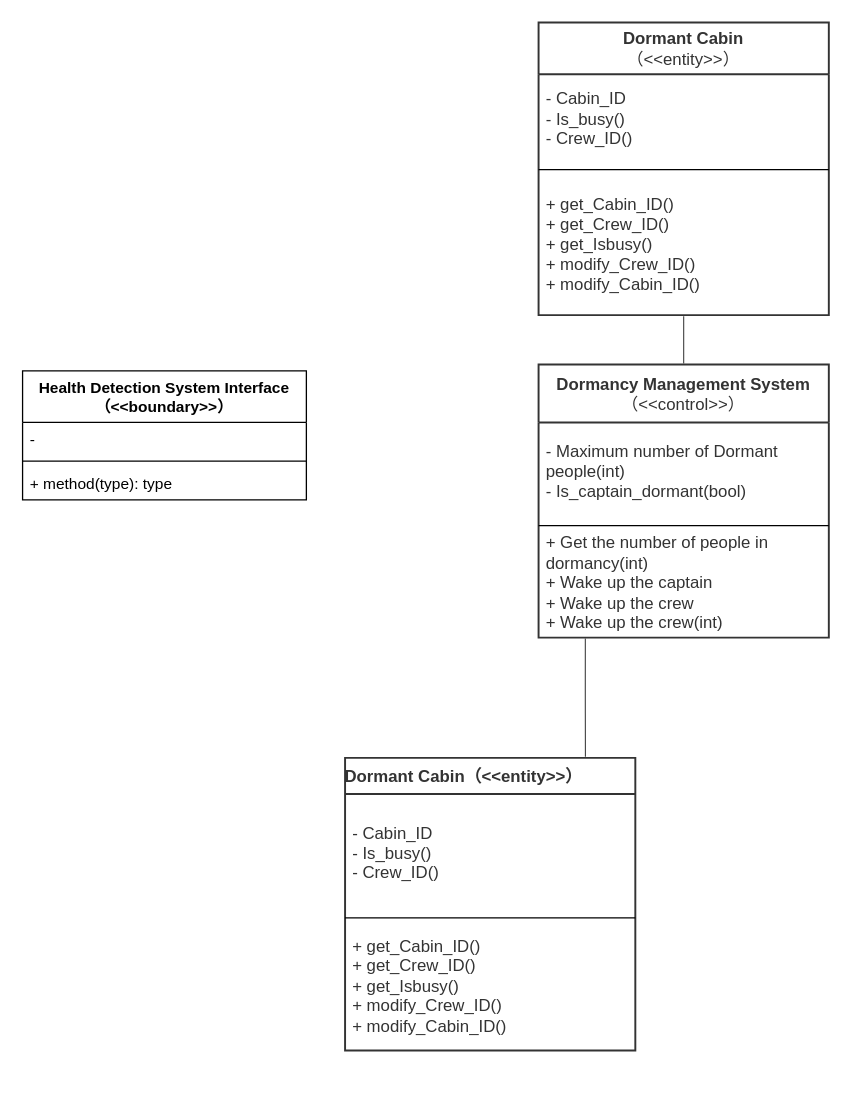
Before: SAD/Class.drawio in DukeofCambridge/Diagrams, a draw.io diagram. Source tidied: cells renumbered, new cells numbered last; positions are measured from the earlier drawing's top-left corner, leaving out a move shared by most shapes. Both pictures are drawn from the tidied source at 129%, with x=0, y=0 at pixel (22, 22).
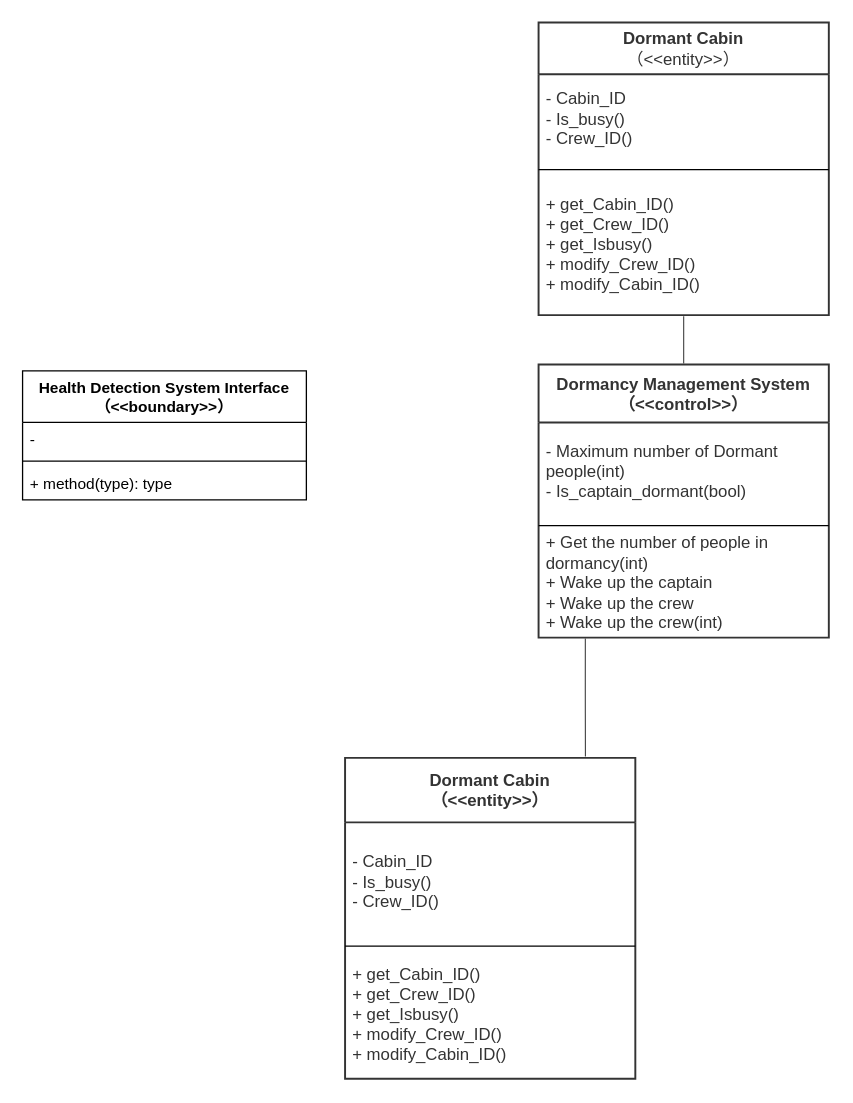
After the change.

The edit, as a diff of the source:
```diff
@@
 <mxGraphModel>
   <root>
     <mxCell id="0" />
     <mxCell id="1" parent="0" />
-    <mxCell id="2" value="Dormancy Management System&lt;span style=&quot;font-weight: normal&quot;&gt;（&amp;lt;&amp;lt;control&amp;gt;&amp;gt;）&lt;/span&gt;" style="html=1;overflow=block;blockSpacing=1;whiteSpace=wrap;swimlane;horizontal=1;fontStyle=0;swimlaneFillColor=#ffffff;startSize=45;whiteSpace=wrap;fontSize=13;fontColor=#333333;fontStyle=1;whiteSpace=wrap;align=center;spacing=0;strokeColor=#333333;strokeOpacity=100;strokeWidth=1.5;" parent="1" vertex="1">
+    <mxCell id="2" value="Dormancy Management System（&amp;lt;&amp;lt;control&amp;gt;&amp;gt;）" style="html=1;overflow=block;blockSpacing=1;whiteSpace=wrap;swimlane;horizontal=1;fontStyle=0;swimlaneFillColor=#ffffff;startSize=45;whiteSpace=wrap;fontSize=13;fontColor=#333333;fontStyle=1;whiteSpace=wrap;align=center;spacing=0;strokeColor=#333333;strokeOpacity=100;strokeWidth=1.5;" parent="1" vertex="1">
       <mxGeometry x="400" y="265" width="225" height="211.8" as="geometry" />
     </mxCell>
     <mxCell id="3" value="- Maximum number of Dormant people(int)&#10;- Is_captain_dormant(bool)" style="html=1;whiteSpace=wrap;strokeColor=none;fillColor=none;align=left;verticalAlign=middle;spacingLeft=4;spacingRight=4;overflow=hidden;swimlaneFillColor=#ffffff;strokeOpacity=100;whiteSpace=wrap;fontSize=13;fontColor=#333333;" parent="2" vertex="1">
       <mxGeometry y="45" width="225" height="76" as="geometry" />
     </mxCell>
     <mxCell id="4" style="line;strokeWidth=1;fillColor=none;align=left;verticalAlign=middle;spacingTop=-1;spacingLeft=3;spacingRight=3;labelPosition=right;" parent="2" vertex="1">
       <mxGeometry y="121" width="225" height="8" as="geometry" />
     </mxCell>
     <mxCell id="5" value="+ Get the number of people in dormancy(int)&#10;+ Wake up the captain&#10;+ Wake up the crew&#10;+ Wake up the crew(int)&#10;+ Allocate_cabin()" style="html=1;whiteSpace=wrap;strokeColor=none;fillColor=none;align=left;verticalAlign=middle;spacingLeft=4;spacingRight=4;overflow=hidden;swimlaneFillColor=#ffffff;strokeOpacity=100;whiteSpace=wrap;fontSize=13;fontColor=#333333;" parent="2" vertex="1">
       <mxGeometry y="129" width="225" height="82.8" as="geometry" />
     </mxCell>
-    <mxCell id="6" value="Dormant Cabin（&amp;lt;&amp;lt;entity&amp;gt;&amp;gt;）" style="html=1;overflow=block;blockSpacing=1;whiteSpace=wrap;swimlane;horizontal=1;fontStyle=0;swimlaneFillColor=#ffffff;startSize=28;whiteSpace=wrap;fontSize=13;fontColor=#333333;fontStyle=1;whiteSpace=wrap;align=left;spacing=0;strokeColor=#333333;strokeOpacity=100;strokeWidth=1.5;" parent="1" vertex="1">
-      <mxGeometry x="250" y="570" width="225" height="226.8" as="geometry" />
+    <mxCell id="6" value="Dormant Cabin&lt;br&gt;（&amp;lt;&amp;lt;entity&amp;gt;&amp;gt;）" style="html=1;overflow=block;blockSpacing=1;whiteSpace=wrap;swimlane;horizontal=1;fontStyle=0;swimlaneFillColor=#ffffff;startSize=50;whiteSpace=wrap;fontSize=13;fontColor=#333333;fontStyle=1;whiteSpace=wrap;align=center;spacing=0;strokeColor=#333333;strokeOpacity=100;strokeWidth=1.5;" parent="1" vertex="1">
+      <mxGeometry x="250" y="570" width="225" height="248.8" as="geometry" />
     </mxCell>
     <mxCell id="7" value="- Cabin_ID&#10;- Is_busy()&#10;- Crew_ID()" style="html=1;whiteSpace=wrap;strokeColor=none;fillColor=none;align=left;verticalAlign=middle;spacingLeft=4;spacingRight=4;overflow=hidden;swimlaneFillColor=#ffffff;strokeOpacity=100;whiteSpace=wrap;fontSize=13;fontColor=#333333;" parent="6" vertex="1">
-      <mxGeometry y="28" width="225" height="92" as="geometry" />
+      <mxGeometry y="50" width="225" height="92" as="geometry" />
     </mxCell>
     <mxCell id="8" style="line;strokeWidth=1;fillColor=none;align=left;verticalAlign=middle;spacingTop=-1;spacingLeft=3;spacingRight=3;labelPosition=right;" parent="6" vertex="1">
-      <mxGeometry y="120" width="225" height="8" as="geometry" />
+      <mxGeometry y="142" width="225" height="8" as="geometry" />
     </mxCell>
     <mxCell id="9" value="+ get_Cabin_ID()&#10;+ get_Crew_ID()&#10;+ get_Isbusy()&#10;+ modify_Crew_ID()&#10;+ modify_Cabin_ID()" style="html=1;whiteSpace=wrap;strokeColor=none;fillColor=none;align=left;verticalAlign=middle;spacingLeft=4;spacingRight=4;overflow=hidden;swimlaneFillColor=#ffffff;strokeOpacity=100;whiteSpace=wrap;fontSize=13;fontColor=#333333;" parent="6" vertex="1">
-      <mxGeometry y="128" width="225" height="98.8" as="geometry" />
+      <mxGeometry y="150" width="225" height="98.8" as="geometry" />
     </mxCell>
     <mxCell id="10" style="html=1;jettySize=18;whiteSpace=wrap;fontSize=13;strokeColor=#333333;strokeOpacity=100;strokeWidth=0.8;rounded=1;arcSize=24;edgeStyle=orthogonalEdgeStyle;startArrow=none;endArrow=none;exitX=0.161;exitY=1.003;exitPerimeter=0;entryX=0.828;entryY=-0.004;entryPerimeter=0;" parent="1" edge="1" source="2" target="6">
       <mxGeometry relative="1" as="geometry" />
     </mxCell>
     <mxCell id="11" value="Dormant Cabin&lt;br&gt;&lt;span style=&quot;font-weight: normal&quot;&gt;（&amp;lt;&amp;lt;entity&amp;gt;&amp;gt;）&lt;/span&gt;" style="html=1;overflow=block;blockSpacing=1;whiteSpace=wrap;swimlane;horizontal=1;fontStyle=0;swimlaneFillColor=#ffffff;startSize=40;whiteSpace=wrap;fontSize=13;fontColor=#333333;fontStyle=1;whiteSpace=wrap;align=center;spacing=0;strokeColor=#333333;strokeOpacity=100;strokeWidth=1.5;" parent="1" vertex="1">
       <mxGeometry x="400" width="225" height="226.8" as="geometry" />
     </mxCell>
     <mxCell id="12" value="- Cabin_ID&#10;- Is_busy()&#10;- Crew_ID()" style="html=1;whiteSpace=wrap;strokeColor=none;fillColor=none;align=left;verticalAlign=middle;spacingLeft=4;spacingRight=4;overflow=hidden;swimlaneFillColor=#ffffff;strokeOpacity=100;whiteSpace=wrap;fontSize=13;fontColor=#333333;" parent="11" vertex="1">
       <mxGeometry y="40" width="225" height="70" as="geometry" />
     </mxCell>
     <mxCell id="13" style="line;strokeWidth=1;fillColor=none;align=left;verticalAlign=middle;spacingTop=-1;spacingLeft=3;spacingRight=3;labelPosition=right;" parent="11" vertex="1">
       <mxGeometry y="110" width="225" height="8" as="geometry" />
     </mxCell>
     <mxCell id="14" value="+ get_Cabin_ID()&#10;+ get_Crew_ID()&#10;+ get_Isbusy()&#10;+ modify_Crew_ID()&#10;+ modify_Cabin_ID()" style="html=1;whiteSpace=wrap;strokeColor=none;fillColor=none;align=left;verticalAlign=middle;spacingLeft=4;spacingRight=4;overflow=hidden;swimlaneFillColor=#ffffff;strokeOpacity=100;whiteSpace=wrap;fontSize=13;fontColor=#333333;" parent="11" vertex="1">
       <mxGeometry y="118" width="225" height="108.8" as="geometry" />
     </mxCell>
     <mxCell id="15" style="html=1;jettySize=18;whiteSpace=wrap;fontSize=13;strokeColor=#333333;strokeOpacity=100;strokeWidth=0.8;rounded=1;arcSize=24;edgeStyle=orthogonalEdgeStyle;startArrow=none;endArrow=none;exitX=0.5;exitY=1.004;exitPerimeter=0;entryX=0.5;entryY=-0.003;entryPerimeter=0;" parent="1" edge="1" source="11" target="2">
       <mxGeometry relative="1" as="geometry" />
     </mxCell>
     <mxCell id="16" value="Health Detection System Interface&#10;（&lt;&lt;boundary&gt;&gt;）" style="swimlane;fontStyle=1;align=center;verticalAlign=top;horizontal=1;startSize=40;" parent="1" vertex="1">
       <mxGeometry y="270" width="220" height="100" as="geometry" />
     </mxCell>
     <mxCell id="17" value="- " style="text;strokeColor=none;fillColor=none;align=left;verticalAlign=top;spacingLeft=4;spacingRight=4;overflow=hidden;" parent="16" vertex="1">
       <mxGeometry y="40" width="220" height="26" as="geometry" />
     </mxCell>
     <mxCell id="18" style="line;strokeWidth=1;fillColor=none;align=left;verticalAlign=middle;spacingTop=-1;spacingLeft=3;spacingRight=3;labelPosition=right;" parent="16" vertex="1">
       <mxGeometry y="66" width="220" height="8" as="geometry" />
     </mxCell>
     <mxCell id="19" value="+ method(type): type" style="text;strokeColor=none;fillColor=none;align=left;verticalAlign=top;spacingLeft=4;spacingRight=4;overflow=hidden;" parent="16" vertex="1">
       <mxGeometry y="74" width="220" height="26" as="geometry" />
     </mxCell>
   </root>
 </mxGraphModel>
```
